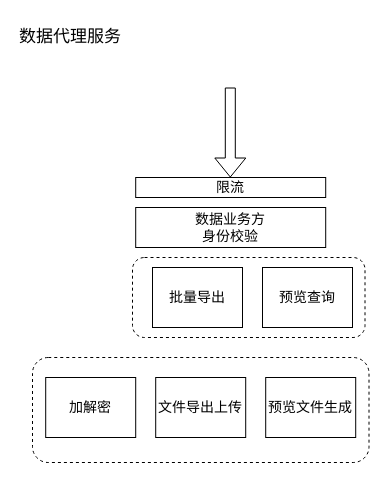
Before: 人脸数据代理模块.drawio in hua66ForFreedom/JustForTest, a draw.io diagram. Source tidied: cells renumbered, new cells numbered last; positions are measured from the earlier drawing's top-left corner, leaving out a move shared by most shapes. Both pictures are drawn from the tidied source at 100%, with x=0, y=0 at pixel (17, 17).
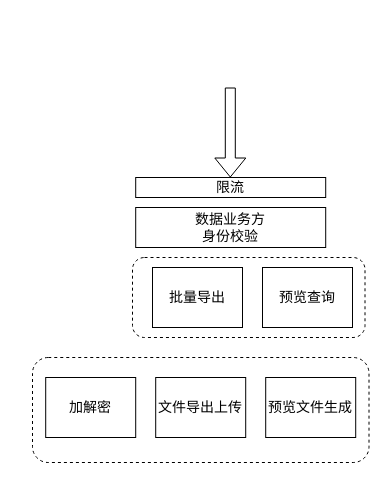
After the change.

Commit message (it also covers changes not shown here):
Update 人脸数据代理模块.drawio

Change to the diagram source:
```diff
@@
 <mxGraphModel>
   <root>
     <mxCell id="0" />
     <mxCell id="1" parent="0" />
     <mxCell id="2" style="rounded=1;whiteSpace=wrap;html=1;fontSize=14;fillColor=none;dashed=1;strokeWidth=1;" parent="1" vertex="1">
       <mxGeometry x="115" y="240" width="232.5" height="80" as="geometry" />
     </mxCell>
     <mxCell id="3" style="rounded=1;whiteSpace=wrap;html=1;fontSize=14;fillColor=none;dashed=1;strokeWidth=1;" parent="1" vertex="1">
       <mxGeometry x="15" y="340" width="336.5" height="105" as="geometry" />
     </mxCell>
     <mxCell id="4" value="数据业务方&lt;br&gt;身份校验" style="rounded=0;whiteSpace=wrap;html=1;fontSize=14;" parent="1" vertex="1">
       <mxGeometry x="118.2" y="190" width="190" height="40" as="geometry" />
     </mxCell>
     <mxCell id="5" value="加解密" style="rounded=0;whiteSpace=wrap;html=1;fontSize=14;" parent="1" vertex="1">
       <mxGeometry x="28.2" y="360" width="90" height="60" as="geometry" />
     </mxCell>
     <mxCell id="6" value="文件导出上传" style="rounded=0;whiteSpace=wrap;html=1;fontSize=14;" parent="1" vertex="1">
       <mxGeometry x="138.2" y="360" width="90" height="60" as="geometry" />
     </mxCell>
     <mxCell id="7" value="预览文件生成" style="rounded=0;whiteSpace=wrap;html=1;fontSize=14;" parent="1" vertex="1">
       <mxGeometry x="248.2" y="360" width="90" height="60" as="geometry" />
     </mxCell>
     <mxCell id="8" value="限流" style="rounded=0;whiteSpace=wrap;html=1;fontSize=14;" parent="1" vertex="1">
       <mxGeometry x="118.2" y="160" width="190" height="20" as="geometry" />
     </mxCell>
     <mxCell id="9" value="批量导出" style="rounded=0;whiteSpace=wrap;html=1;fontSize=14;" parent="1" vertex="1">
       <mxGeometry x="135" y="250" width="90" height="60" as="geometry" />
     </mxCell>
     <mxCell id="10" value="预览查询" style="rounded=0;whiteSpace=wrap;html=1;fontSize=14;" parent="1" vertex="1">
       <mxGeometry x="245" y="250" width="90" height="60" as="geometry" />
     </mxCell>
     <mxCell id="11" style="shape=flexArrow;endArrow=classic;html=1;fontSize=14;entryX=0.5;entryY=0;entryDx=0;entryDy=0;" parent="1" edge="1">
       <mxGeometry relative="1" as="geometry">
         <mxPoint x="212.8" y="70" as="sourcePoint" />
         <mxPoint x="212.8" y="160" as="targetPoint" />
       </mxGeometry>
     </mxCell>
-    <mxCell id="12" value="数据代理服务" style="text;html=1;strokeColor=none;fillColor=none;align=left;verticalAlign=middle;whiteSpace=wrap;rounded=0;dashed=1;fontSize=17;" parent="1" vertex="1">
-      <mxGeometry width="117.5" height="40" as="geometry" />
-    </mxCell>
   </root>
 </mxGraphModel>
```
